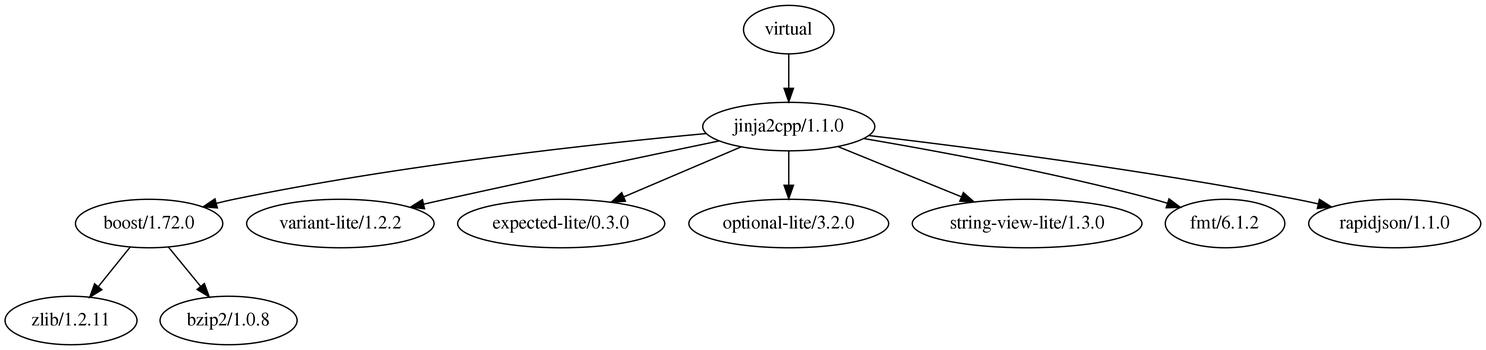
This is info_graph_dot/conan101.png from jgsogo/community-templates, a Graphviz export, as it was before one commit. Its source is kept beside it as info_graph_dot/conan101.dot.
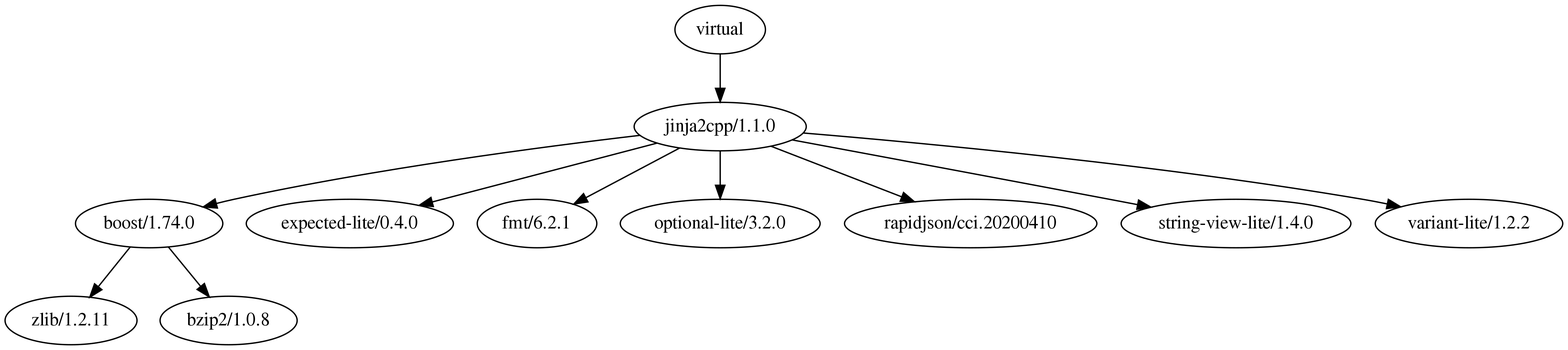
Later version of the same file.

Commit message:
Generated files for 'info_graph.dot' templates

Change to the diagram source:
```diff
@@ -1,12 +1,12 @@
 digraph {
-        "boost/1.72.0" -> "zlib/1.2.11"
-        "boost/1.72.0" -> "bzip2/1.0.8"
+        "virtual" -> "jinja2cpp/1.1.0"
+        "jinja2cpp/1.1.0" -> "boost/1.74.0"
+        "jinja2cpp/1.1.0" -> "expected-lite/0.4.0"
+        "jinja2cpp/1.1.0" -> "fmt/6.2.1"
+        "jinja2cpp/1.1.0" -> "optional-lite/3.2.0"
+        "jinja2cpp/1.1.0" -> "rapidjson/cci.20200410"
+        "jinja2cpp/1.1.0" -> "string-view-lite/1.4.0"
         "jinja2cpp/1.1.0" -> "variant-lite/1.2.2"
-        "jinja2cpp/1.1.0" -> "expected-lite/0.3.0"
-        "jinja2cpp/1.1.0" -> "optional-lite/3.2.0"
-        "jinja2cpp/1.1.0" -> "string-view-lite/1.3.0"
-        "jinja2cpp/1.1.0" -> "boost/1.72.0"
-        "jinja2cpp/1.1.0" -> "fmt/6.1.2"
-        "jinja2cpp/1.1.0" -> "rapidjson/1.1.0"
-        "virtual" -> "jinja2cpp/1.1.0"
+        "boost/1.74.0" -> "zlib/1.2.11"
+        "boost/1.74.0" -> "bzip2/1.0.8"
 }
```
